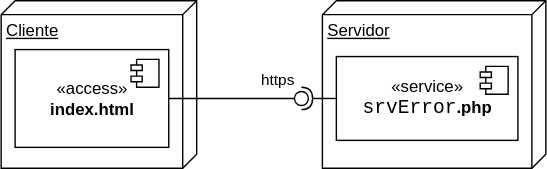
Before: img/m07srverror/srverrordistribucion.drawio.svg, a diagram exported from draw.io (gilpgawoas/gilpgawoas.github.io). Source tidied: cells renumbered, new cells last; positions are measured from the earlier drawing's top-left corner, leaving out a move shared by most shapes. Its diagram source:
```xml
<mxGraphModel>
  <root>
    <mxCell id="0" />
    <mxCell id="1" parent="0" />
    <mxCell id="2" value="Cliente" style="verticalAlign=top;align=left;spacingTop=8;spacingLeft=2;spacingRight=12;shape=cube;size=10;direction=south;fontStyle=4;html=1;" parent="1" vertex="1">
      <mxGeometry width="140" height="120" as="geometry" />
    </mxCell>
    <mxCell id="3" value="«access»&lt;br&gt;&lt;b&gt;index.html&lt;/b&gt;" style="html=1;" parent="1" vertex="1">
      <mxGeometry x="10" y="35" width="110" height="70" as="geometry" />
    </mxCell>
    <mxCell id="4" style="shape=module;jettyWidth=8;jettyHeight=4;" parent="3" vertex="1">
      <mxGeometry x="1" width="20" height="20" relative="1" as="geometry">
        <mxPoint x="-27" y="7" as="offset" />
      </mxGeometry>
    </mxCell>
    <mxCell id="5" value="Servidor" style="verticalAlign=top;align=left;spacingTop=8;spacingLeft=2;spacingRight=12;shape=cube;size=10;direction=south;fontStyle=4;html=1;" parent="1" vertex="1">
      <mxGeometry x="230" width="160" height="120" as="geometry" />
    </mxCell>
    <mxCell id="6" value="«service»&lt;br&gt;&lt;span style=&quot;background-color: rgb(255, 255, 255); font-family: Consolas, &amp;quot;Courier New&amp;quot;, monospace; font-size: 14px;&quot;&gt;srvError&lt;/span&gt;&lt;b&gt;.php&lt;/b&gt;" style="html=1;" parent="1" vertex="1">
      <mxGeometry x="240" y="40" width="130" height="60" as="geometry" />
    </mxCell>
    <mxCell id="7" style="shape=module;jettyWidth=8;jettyHeight=4;" parent="6" vertex="1">
      <mxGeometry x="1" width="20" height="20" relative="1" as="geometry">
        <mxPoint x="-27" y="7" as="offset" />
      </mxGeometry>
    </mxCell>
    <mxCell id="8" value="https" style="rounded=0;jettySize=auto;html=1;endArrow=none;endFill=0;sketch=0;sourcePerimeterSpacing=0;targetPerimeterSpacing=0;exitX=1;exitY=0.5;exitDx=0;exitDy=0;" parent="1" edge="1" source="3" target="10">
      <mxGeometry x="0.73" y="13" relative="1" as="geometry" />
    </mxCell>
    <mxCell id="9" style="rounded=0;jettySize=auto;html=1;endArrow=halfCircle;endFill=0;entryX=0.5;entryY=0.5;endSize=6;strokeWidth=1;sketch=0;exitX=0;exitY=0.5;exitDx=0;exitDy=0;" parent="1" edge="1" source="6" target="10">
      <mxGeometry relative="1" as="geometry" />
    </mxCell>
    <mxCell id="10" style="ellipse;whiteSpace=wrap;html=1;align=center;points=[];outlineConnect=0;sketch=0;" parent="1" vertex="1">
      <mxGeometry x="210" y="65" width="10" height="10" as="geometry" />
    </mxCell>
  </root>
</mxGraphModel>
```
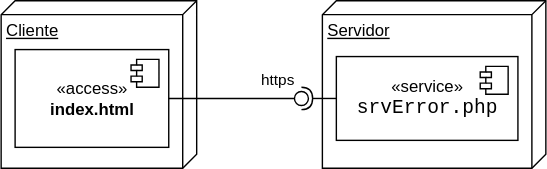
After the change.

The edit, as a diff of the source:
```diff
@@ -16,7 +16,7 @@
     <mxCell id="5" value="Servidor" style="verticalAlign=top;align=left;spacingTop=8;spacingLeft=2;spacingRight=12;shape=cube;size=10;direction=south;fontStyle=4;html=1;" parent="1" vertex="1">
       <mxGeometry x="230" width="160" height="120" as="geometry" />
     </mxCell>
-    <mxCell id="6" value="«service»&lt;br&gt;&lt;span style=&quot;background-color: rgb(255, 255, 255); font-family: Consolas, &amp;quot;Courier New&amp;quot;, monospace; font-size: 14px;&quot;&gt;srvError&lt;/span&gt;&lt;b&gt;.php&lt;/b&gt;" style="html=1;" parent="1" vertex="1">
+    <mxCell id="6" value="«service»&lt;br&gt;&lt;font face=&quot;Consolas, Courier New, monospace&quot;&gt;&lt;span style=&quot;font-size: 14px; background-color: rgb(255, 255, 255);&quot;&gt;srvError.php&lt;/span&gt;&lt;/font&gt;" style="html=1;" parent="1" vertex="1">
       <mxGeometry x="240" y="40" width="130" height="60" as="geometry" />
     </mxCell>
     <mxCell id="7" style="shape=module;jettyWidth=8;jettyHeight=4;" parent="6" vertex="1">
```
